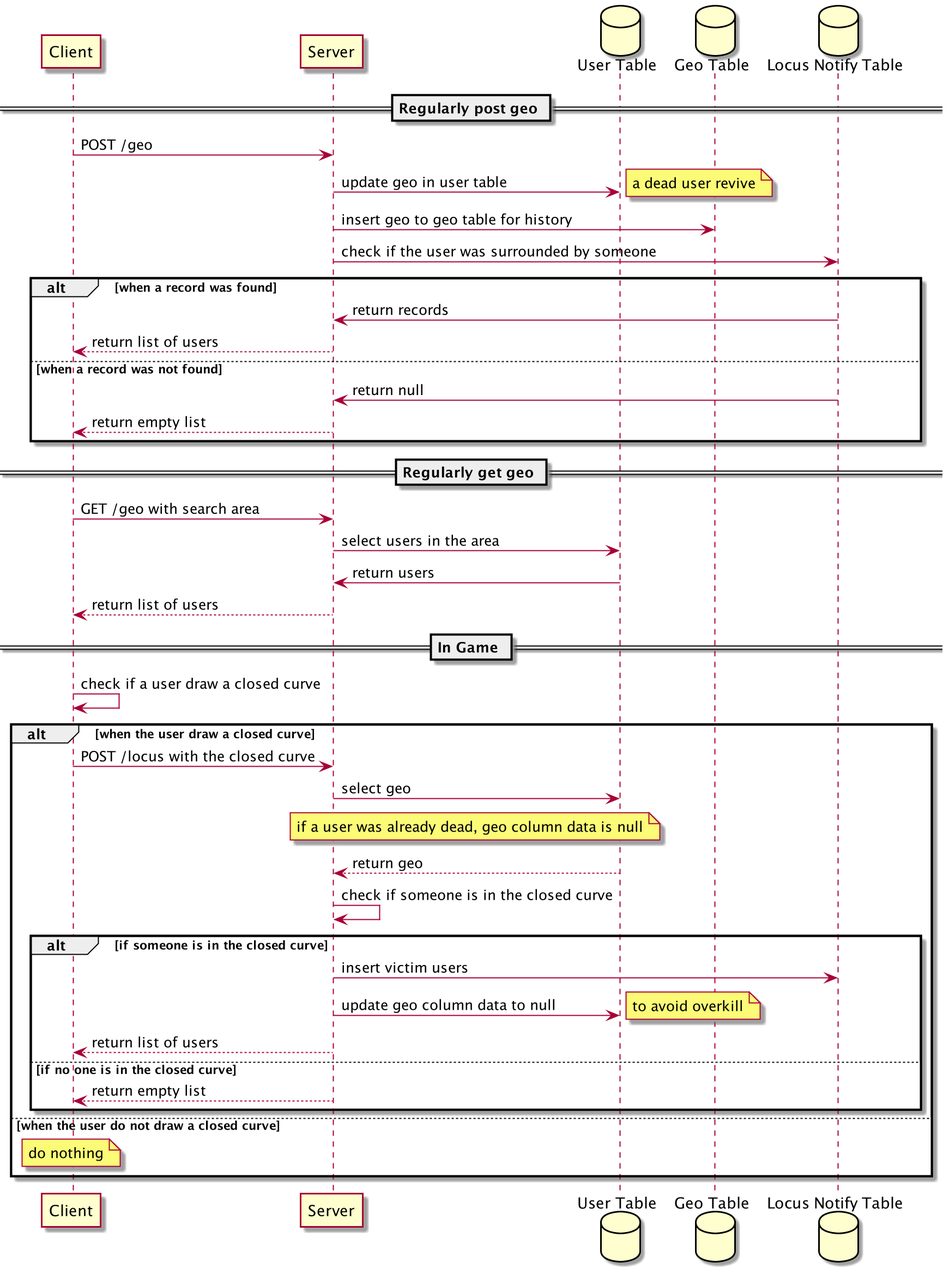
Above: docs/sequence.png in come2ry/denahackathon2021-c (PlantUML), before the change. Its source is kept beside it as docs/sequence.puml. The source it was exported from:
```plantuml
@startuml

participant Client as client
participant Server as server
database "User Table" as usertable
database "Geo Table" as geotable
database "Locus Notify Table" as notifytable

== Regularly post geo ==

client -> server: POST /geo

server -> usertable: update geo in user table

note right: a dead user revive

server -> geotable: insert geo to geo table for history

server -> notifytable: check if the user was surrounded by someone

alt when a record was found
    notifytable -> server: return records
    server --> client: return list of users
else when a record was not found
    notifytable -> server: return null
    server --> client: return empty list
end

== Regularly get geo ==

client -> server: GET /geo with search area

server -> usertable: select users in the area

usertable -> server: return users

server --> client: return list of users

== In Game ==

client -> client: check if a user draw a closed curve

alt when the user draw a closed curve
    client -> server: POST /locus with the closed curve
    server -> usertable: select geo
    note over server, usertable: if a user was already dead, geo column data is null
    usertable --> server: return geo
    server -> server: check if someone is in the closed curve
    alt if someone is in the closed curve
        server -> notifytable: insert victim users
        server -> usertable: update geo column data to null
        note right: to avoid overkill
        server --> client: return list of users
    else if no one is in the closed curve
        server --> client: return empty list
    end

else when the user do not draw a closed curve
    note over client: do nothing
end


@enduml
```
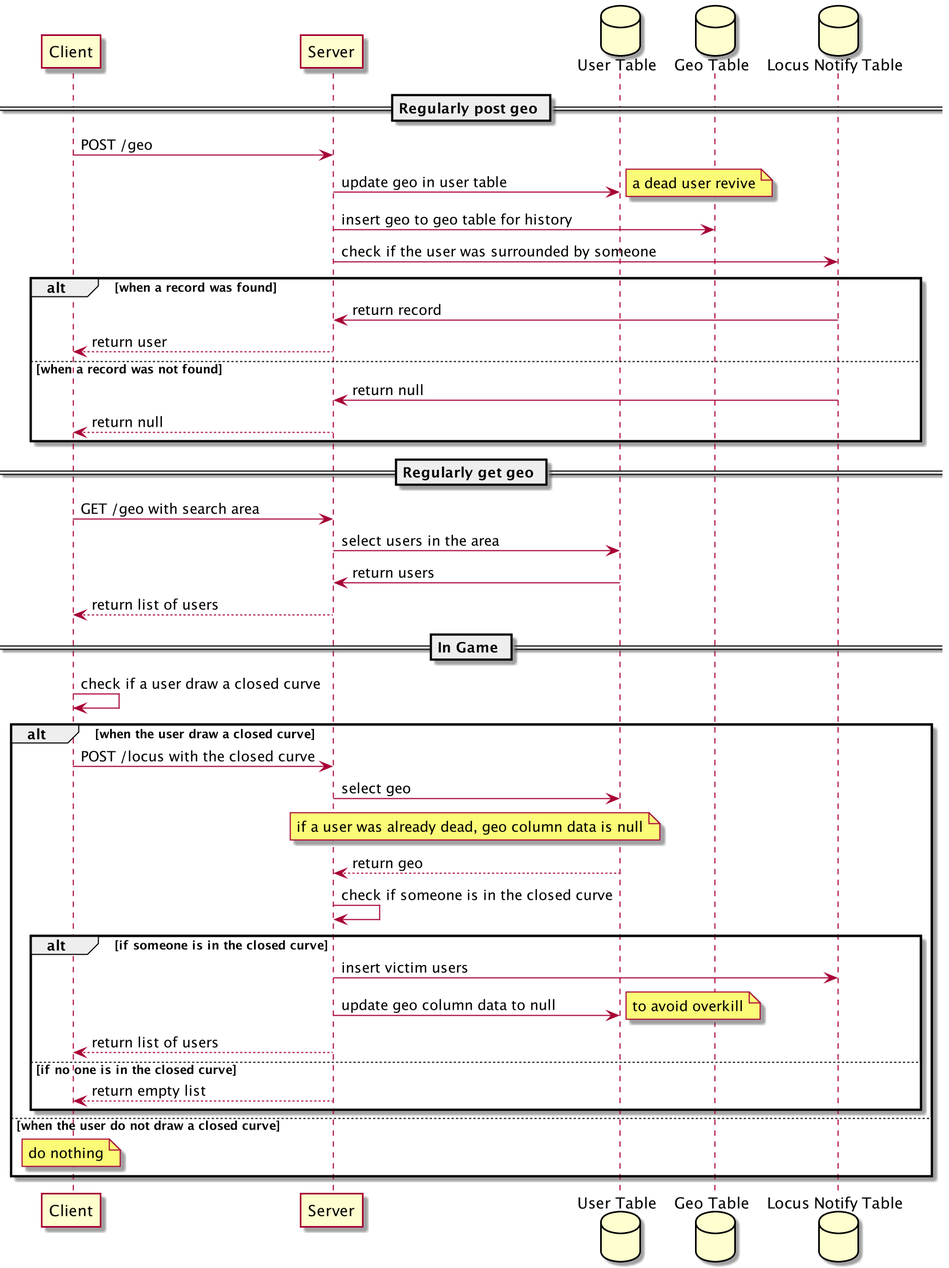
The same file after the commit.

Diff of the diagram source:
```diff
@@ -19,11 +19,11 @@
 server -> notifytable: check if the user was surrounded by someone
 
 alt when a record was found
-    notifytable -> server: return records
-    server --> client: return list of users
+    notifytable -> server: return record
+    server --> client: return user
 else when a record was not found
     notifytable -> server: return null
-    server --> client: return empty list
+    server --> client: return null
 end
 
 == Regularly get geo ==
```
